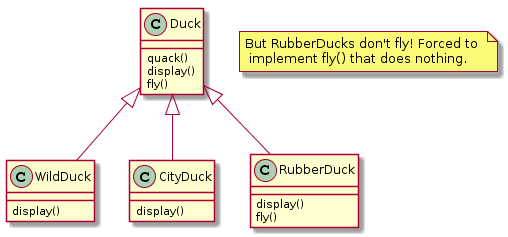
Before: strategy.png, a diagram exported from PlantUML (swaminathanj/CompetitiveProgramming).
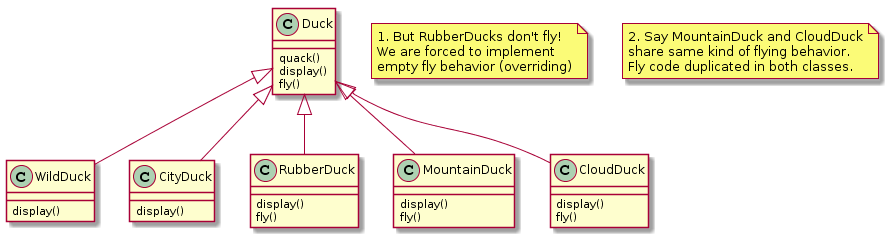
The same file after the commit.

Change to the diagram source:
```diff
@@ -2,6 +2,9 @@
 Duck  <|-- WildDuck
 Duck  <|-- CityDuck
 Duck  <|-- RubberDuck
+Duck  <|-- MountainDuck
+Duck  <|-- CloudDuck
+
 
 Duck : quack()
 Duck : display()
@@ -11,6 +14,12 @@
 CityDuck : display()
 RubberDuck : display()
 RubberDuck : fly()
+MountainDuck : display()
+MountainDuck : fly()
+CloudDuck : display()
+CloudDuck : fly()
 
-note "But RubberDucks don't fly! Forced to \n implement fly() that does nothing." as N1
+note "1. But RubberDucks don't fly!\nWe are forced to implement\nempty fly behavior (overriding)" as N1
+
+note "2. Say MountainDuck and CloudDuck\nshare same kind of flying behavior.\nFly code duplicated in both classes." as N2
 @enduml
```
